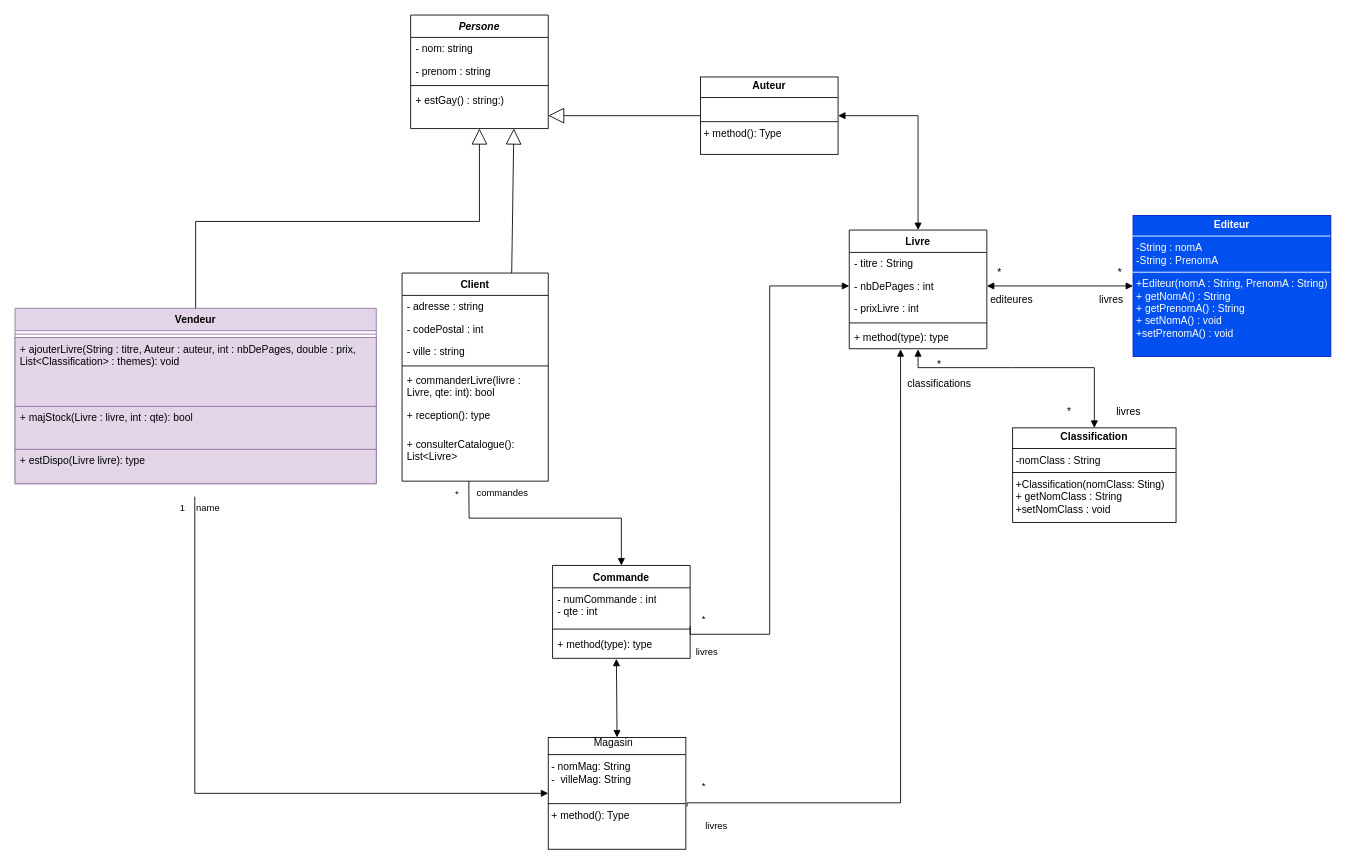
Above: diagrammedeclasse.drawio in NolhanDolou/SAE_JAVA (draw.io), before the change. Source tidied: cells renumbered, new cells numbered last; positions are measured from the earlier drawing's top-left corner, leaving out a move shared by most shapes. Both pictures are drawn from the tidied source at 86%, with x=0, y=0 at pixel (15, 15).
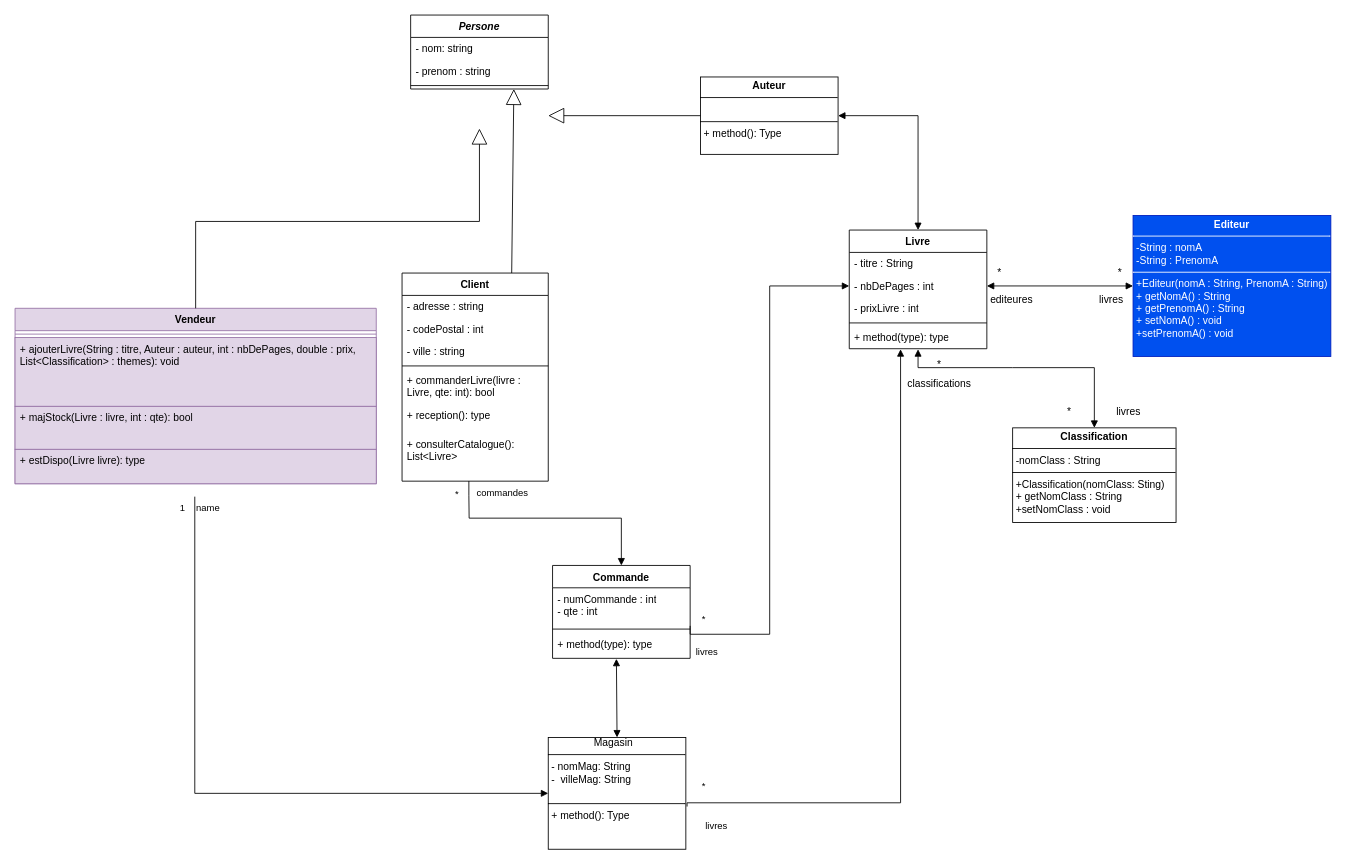
The same diagram, later.

Unchanged cells that the change refers to:
```xml
<mxCell id="15" value="Vendeur" style="swimlane;fontStyle=1;align=center;verticalAlign=top;horizontal=1;startSize=26;whiteSpace=wrap;html=1;fillColor=#e1d5e7;strokeColor=#9673a6;" parent="1" vertex="1">
  <mxGeometry y="341" width="420" height="204" as="geometry" />
</mxCell>
```

The edit, as a diff of the source:
```diff
@@
     <mxCell id="2" value="&lt;i&gt;Persone&lt;/i&gt;" style="swimlane;fontStyle=1;align=center;verticalAlign=top;horizontal=1;startSize=26;whiteSpace=wrap;html=1;" parent="1" vertex="1">
-      <mxGeometry x="460" width="160" height="132" as="geometry" />
+      <mxGeometry x="460" width="160" height="86" as="geometry" />
     </mxCell>
@@
-    <mxCell id="6" value="+ estGay() : string:)" style="text;strokeColor=none;fillColor=none;align=left;verticalAlign=top;spacingLeft=4;spacingRight=4;overflow=hidden;points=[[0,0.5],[1,0.5]];portConstraint=eastwest;whiteSpace=wrap;html=1;" parent="2" vertex="1">
-      <mxGeometry y="86" width="160" height="46" as="geometry" />
-    </mxCell>
@@
-    <mxCell id="18" value="+ majStock(Livre : livre, int : qte): bool" style="text;strokeColor=#9673a6;fillColor=#e1d5e7;align=left;verticalAlign=top;spacingLeft=4;spacingRight=4;overflow=hidden;whiteSpace=wrap;html=1;" parent="15" vertex="1">
+    <mxCell id="18" value="&lt;div&gt;+ majStock(Livre : livre, int : qte): bool&lt;/div&gt;&lt;div&gt;&lt;br&gt;&lt;/div&gt;" style="text;strokeColor=#9673a6;fillColor=#e1d5e7;align=left;verticalAlign=top;spacingLeft=4;spacingRight=4;overflow=hidden;whiteSpace=wrap;html=1;" parent="15" vertex="1">
       <mxGeometry y="114" width="420" height="50" as="geometry" />
     </mxCell>
@@
-    <mxCell id="43" style="endArrow=block;endSize=16;endFill=0;html=1;rounded=0;exitX=0.5;exitY=0;exitDx=0;exitDy=0;entryX=0.5;entryY=1;entryDx=0;entryDy=0;entryPerimeter=0;" parent="1" edge="1" source="15" target="6">
+    <mxCell id="43" style="endArrow=block;endSize=16;endFill=0;html=1;rounded=0;exitX=0.5;exitY=0;exitDx=0;exitDy=0;entryX=0.5;entryY=1;entryDx=0;entryDy=0;entryPerimeter=0;" parent="1" edge="1" source="15">
       <mxGeometry relative="1" as="geometry">
+        <mxPoint x="540" y="132" as="targetPoint" />
         <Array as="points">
           <mxPoint x="210" y="240" />
           <mxPoint x="540" y="240" />
         </Array>
       </mxGeometry>
     </mxCell>
```
